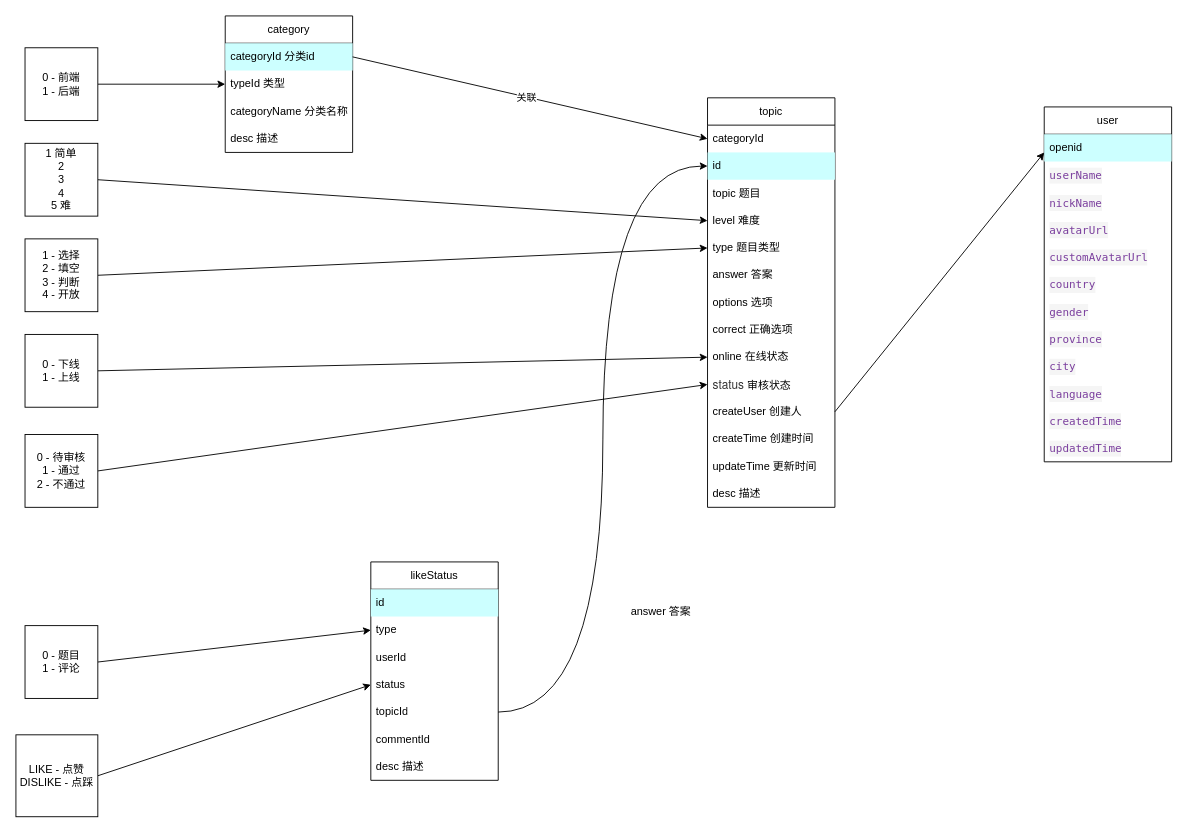
Before: dataModel/model.dio in a835100635/face_server, a draw.io diagram. Source tidied: cells renumbered, new cells numbered last; positions are measured from the earlier drawing's top-left corner, leaving out a move shared by most shapes. Both pictures are drawn from the tidied source at 91%, with x=0, y=0 at pixel (15, 15).
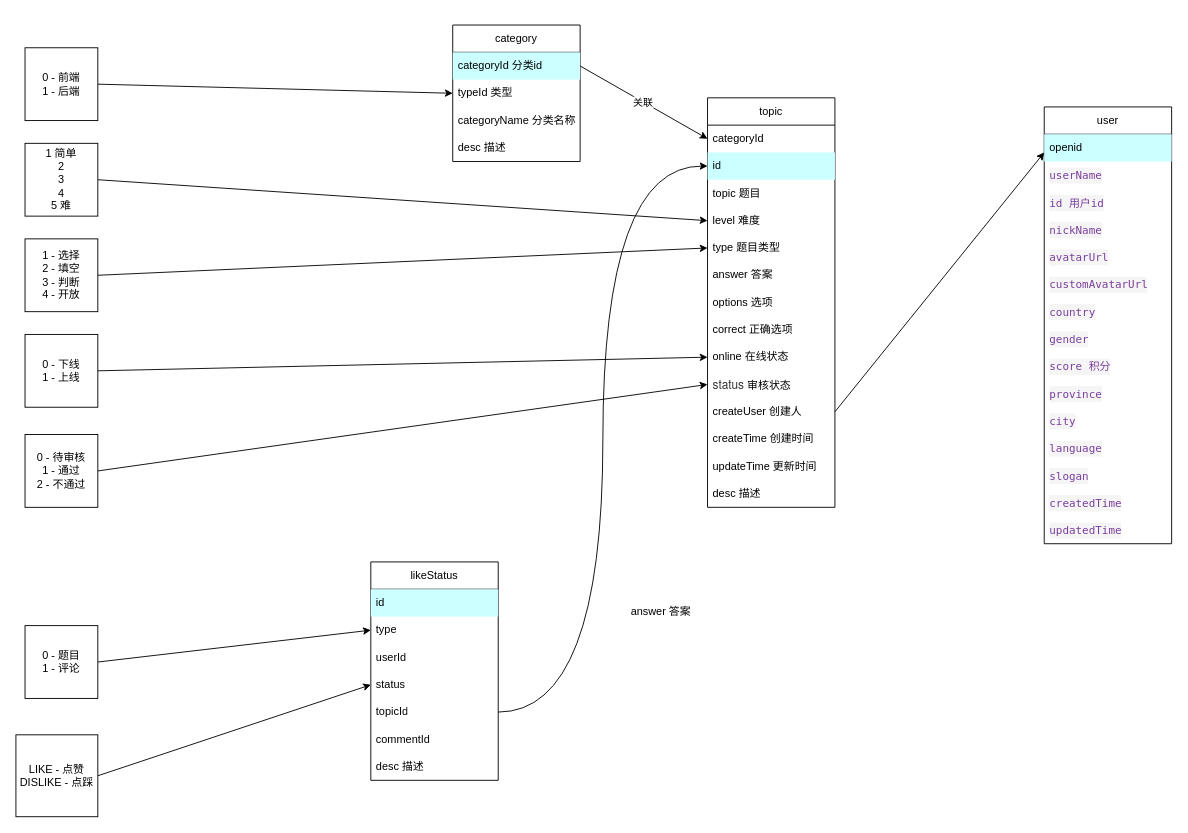
After the change.

Diff of the diagram source:
```diff
@@
     <mxCell id="2" value="category" style="swimlane;fontStyle=0;horizontal=1;startSize=30;whiteSpace=wrap;html=1;" parent="1" vertex="1">
-      <mxGeometry x="230" width="140" height="150" as="geometry" />
+      <mxGeometry x="480" y="10" width="140" height="150" as="geometry" />
     </mxCell>
@@
     <mxCell id="48" value="user" style="swimlane;fontStyle=0;horizontal=1;startSize=30;whiteSpace=wrap;html=1;" parent="1" vertex="1">
-      <mxGeometry x="1130" y="100" width="140" height="390" as="geometry" />
+      <mxGeometry x="1130" y="100" width="140" height="480" as="geometry" />
     </mxCell>
@@
+    <mxCell id="62" value="&lt;div style=&quot;background-color: rgb(245, 245, 245); font-family: &amp;quot;JetBrains Mono&amp;quot;, Menlo, Monaco, &amp;quot;Courier New&amp;quot;, monospace, Menlo, Monaco, &amp;quot;Courier New&amp;quot;, monospace; line-height: 18px;&quot;&gt;&lt;font color=&quot;#7a3e9d&quot;&gt;id 用户id&lt;/font&gt;&lt;/div&gt;" style="text;strokeColor=none;fillColor=none;align=left;verticalAlign=middle;spacingLeft=4;spacingRight=4;overflow=hidden;whiteSpace=wrap;html=1;" parent="48" vertex="1">
+      <mxGeometry y="90" width="140" height="30" as="geometry" />
+    </mxCell>
     <mxCell id="51" value="&lt;div style=&quot;color: rgb(51, 51, 51); background-color: rgb(245, 245, 245); font-family: &amp;quot;JetBrains Mono&amp;quot;, Menlo, Monaco, &amp;quot;Courier New&amp;quot;, monospace, Menlo, Monaco, &amp;quot;Courier New&amp;quot;, monospace; line-height: 18px;&quot;&gt;&lt;span style=&quot;color: #7a3e9d;&quot;&gt;nickName&lt;/span&gt;&lt;/div&gt;" style="text;strokeColor=none;fillColor=none;align=left;verticalAlign=middle;spacingLeft=4;spacingRight=4;overflow=hidden;whiteSpace=wrap;html=1;" parent="48" vertex="1">
-      <mxGeometry y="90" width="140" height="30" as="geometry" />
+      <mxGeometry y="120" width="140" height="30" as="geometry" />
     </mxCell>
     <mxCell id="52" value="&lt;div style=&quot;color: rgb(51, 51, 51); background-color: rgb(245, 245, 245); font-family: &amp;quot;JetBrains Mono&amp;quot;, Menlo, Monaco, &amp;quot;Courier New&amp;quot;, monospace, Menlo, Monaco, &amp;quot;Courier New&amp;quot;, monospace; line-height: 18px;&quot;&gt;&lt;span style=&quot;color: #7a3e9d;&quot;&gt;avatarUrl&lt;/span&gt;&lt;/div&gt;" style="text;strokeColor=none;fillColor=none;align=left;verticalAlign=middle;spacingLeft=4;spacingRight=4;overflow=hidden;whiteSpace=wrap;html=1;" parent="48" vertex="1">
-      <mxGeometry y="120" width="140" height="30" as="geometry" />
+      <mxGeometry y="150" width="140" height="30" as="geometry" />
     </mxCell>
     <mxCell id="53" value="&lt;div style=&quot;color: rgb(51, 51, 51); background-color: rgb(245, 245, 245); font-family: &amp;quot;JetBrains Mono&amp;quot;, Menlo, Monaco, &amp;quot;Courier New&amp;quot;, monospace, Menlo, Monaco, &amp;quot;Courier New&amp;quot;, monospace; line-height: 18px;&quot;&gt;&lt;div style=&quot;line-height: 18px;&quot;&gt;&lt;span style=&quot;color: #7a3e9d;&quot;&gt;customAvatarUrl&lt;/span&gt;&lt;/div&gt;&lt;/div&gt;" style="text;strokeColor=none;fillColor=none;align=left;verticalAlign=middle;spacingLeft=4;spacingRight=4;overflow=hidden;whiteSpace=wrap;html=1;" parent="48" vertex="1">
-      <mxGeometry y="150" width="140" height="30" as="geometry" />
+      <mxGeometry y="180" width="140" height="30" as="geometry" />
     </mxCell>
     <mxCell id="54" value="&lt;div style=&quot;color: rgb(51, 51, 51); background-color: rgb(245, 245, 245); font-family: &amp;quot;JetBrains Mono&amp;quot;, Menlo, Monaco, &amp;quot;Courier New&amp;quot;, monospace, Menlo, Monaco, &amp;quot;Courier New&amp;quot;, monospace; line-height: 18px;&quot;&gt;&lt;span style=&quot;color: #7a3e9d;&quot;&gt;country&lt;/span&gt;&lt;/div&gt;" style="text;strokeColor=none;fillColor=none;align=left;verticalAlign=middle;spacingLeft=4;spacingRight=4;overflow=hidden;whiteSpace=wrap;html=1;" parent="48" vertex="1">
-      <mxGeometry y="180" width="140" height="30" as="geometry" />
+      <mxGeometry y="210" width="140" height="30" as="geometry" />
     </mxCell>
     <mxCell id="55" value="&lt;div style=&quot;color: rgb(51, 51, 51); background-color: rgb(245, 245, 245); font-family: &amp;quot;JetBrains Mono&amp;quot;, Menlo, Monaco, &amp;quot;Courier New&amp;quot;, monospace, Menlo, Monaco, &amp;quot;Courier New&amp;quot;, monospace; line-height: 18px;&quot;&gt;&lt;span style=&quot;color: #7a3e9d;&quot;&gt;gender&lt;/span&gt;&lt;/div&gt;" style="text;strokeColor=none;fillColor=none;align=left;verticalAlign=middle;spacingLeft=4;spacingRight=4;overflow=hidden;whiteSpace=wrap;html=1;" parent="48" vertex="1">
-      <mxGeometry y="210" width="140" height="30" as="geometry" />
+      <mxGeometry y="240" width="140" height="30" as="geometry" />
     </mxCell>
+    <mxCell id="63" value="&lt;div style=&quot;background-color: rgb(245, 245, 245); font-family: &amp;quot;JetBrains Mono&amp;quot;, Menlo, Monaco, &amp;quot;Courier New&amp;quot;, monospace, Menlo, Monaco, &amp;quot;Courier New&amp;quot;, monospace; line-height: 18px;&quot;&gt;&lt;font color=&quot;#7a3e9d&quot;&gt;score 积分&lt;/font&gt;&lt;/div&gt;" style="text;strokeColor=none;fillColor=none;align=left;verticalAlign=middle;spacingLeft=4;spacingRight=4;overflow=hidden;whiteSpace=wrap;html=1;" parent="48" vertex="1">
+      <mxGeometry y="270" width="140" height="30" as="geometry" />
+    </mxCell>
     <mxCell id="56" value="&lt;div style=&quot;color: rgb(51, 51, 51); background-color: rgb(245, 245, 245); font-family: &amp;quot;JetBrains Mono&amp;quot;, Menlo, Monaco, &amp;quot;Courier New&amp;quot;, monospace, Menlo, Monaco, &amp;quot;Courier New&amp;quot;, monospace; line-height: 18px;&quot;&gt;&lt;span style=&quot;color: #7a3e9d;&quot;&gt;province&lt;/span&gt;&lt;/div&gt;" style="text;strokeColor=none;fillColor=none;align=left;verticalAlign=middle;spacingLeft=4;spacingRight=4;overflow=hidden;whiteSpace=wrap;html=1;" parent="48" vertex="1">
-      <mxGeometry y="240" width="140" height="30" as="geometry" />
+      <mxGeometry y="300" width="140" height="30" as="geometry" />
     </mxCell>
     <mxCell id="57" value="&lt;div style=&quot;color: rgb(51, 51, 51); background-color: rgb(245, 245, 245); font-family: &amp;quot;JetBrains Mono&amp;quot;, Menlo, Monaco, &amp;quot;Courier New&amp;quot;, monospace, Menlo, Monaco, &amp;quot;Courier New&amp;quot;, monospace; line-height: 18px;&quot;&gt;&lt;span style=&quot;color: #7a3e9d;&quot;&gt;city&lt;/span&gt;&lt;/div&gt;" style="text;strokeColor=none;fillColor=none;align=left;verticalAlign=middle;spacingLeft=4;spacingRight=4;overflow=hidden;whiteSpace=wrap;html=1;" parent="48" vertex="1">
-      <mxGeometry y="270" width="140" height="30" as="geometry" />
+      <mxGeometry y="330" width="140" height="30" as="geometry" />
     </mxCell>
     <mxCell id="58" value="&lt;div style=&quot;color: rgb(51, 51, 51); background-color: rgb(245, 245, 245); font-family: &amp;quot;JetBrains Mono&amp;quot;, Menlo, Monaco, &amp;quot;Courier New&amp;quot;, monospace, Menlo, Monaco, &amp;quot;Courier New&amp;quot;, monospace; line-height: 18px;&quot;&gt;&lt;span style=&quot;color: #7a3e9d;&quot;&gt;language&lt;/span&gt;&lt;/div&gt;" style="text;strokeColor=none;fillColor=none;align=left;verticalAlign=middle;spacingLeft=4;spacingRight=4;overflow=hidden;whiteSpace=wrap;html=1;" parent="48" vertex="1">
-      <mxGeometry y="300" width="140" height="30" as="geometry" />
+      <mxGeometry y="360" width="140" height="30" as="geometry" />
     </mxCell>
+    <mxCell id="64" value="&lt;div style=&quot;background-color: rgb(245, 245, 245); font-family: &amp;quot;JetBrains Mono&amp;quot;, Menlo, Monaco, &amp;quot;Courier New&amp;quot;, monospace, Menlo, Monaco, &amp;quot;Courier New&amp;quot;, monospace; line-height: 18px;&quot;&gt;&lt;font color=&quot;#7a3e9d&quot;&gt;slogan&lt;/font&gt;&lt;/div&gt;" style="text;strokeColor=none;fillColor=none;align=left;verticalAlign=middle;spacingLeft=4;spacingRight=4;overflow=hidden;whiteSpace=wrap;html=1;" parent="48" vertex="1">
+      <mxGeometry y="390" width="140" height="30" as="geometry" />
+    </mxCell>
     <mxCell id="59" value="&lt;div style=&quot;color: rgb(51, 51, 51); background-color: rgb(245, 245, 245); font-family: &amp;quot;JetBrains Mono&amp;quot;, Menlo, Monaco, &amp;quot;Courier New&amp;quot;, monospace, Menlo, Monaco, &amp;quot;Courier New&amp;quot;, monospace; line-height: 18px;&quot;&gt;&lt;span style=&quot;color: #7a3e9d;&quot;&gt;createdTime&lt;/span&gt;&lt;/div&gt;" style="text;strokeColor=none;fillColor=none;align=left;verticalAlign=middle;spacingLeft=4;spacingRight=4;overflow=hidden;whiteSpace=wrap;html=1;" parent="48" vertex="1">
-      <mxGeometry y="330" width="140" height="30" as="geometry" />
+      <mxGeometry y="420" width="140" height="30" as="geometry" />
     </mxCell>
     <mxCell id="60" value="&lt;div style=&quot;color: rgb(51, 51, 51); background-color: rgb(245, 245, 245); font-family: &amp;quot;JetBrains Mono&amp;quot;, Menlo, Monaco, &amp;quot;Courier New&amp;quot;, monospace, Menlo, Monaco, &amp;quot;Courier New&amp;quot;, monospace; line-height: 18px;&quot;&gt;&lt;span style=&quot;color: #7a3e9d;&quot;&gt;updatedTime&lt;/span&gt;&lt;/div&gt;" style="text;strokeColor=none;fillColor=none;align=left;verticalAlign=middle;spacingLeft=4;spacingRight=4;overflow=hidden;whiteSpace=wrap;html=1;" parent="48" vertex="1">
-      <mxGeometry y="360" width="140" height="30" as="geometry" />
+      <mxGeometry y="450" width="140" height="30" as="geometry" />
     </mxCell>
```
